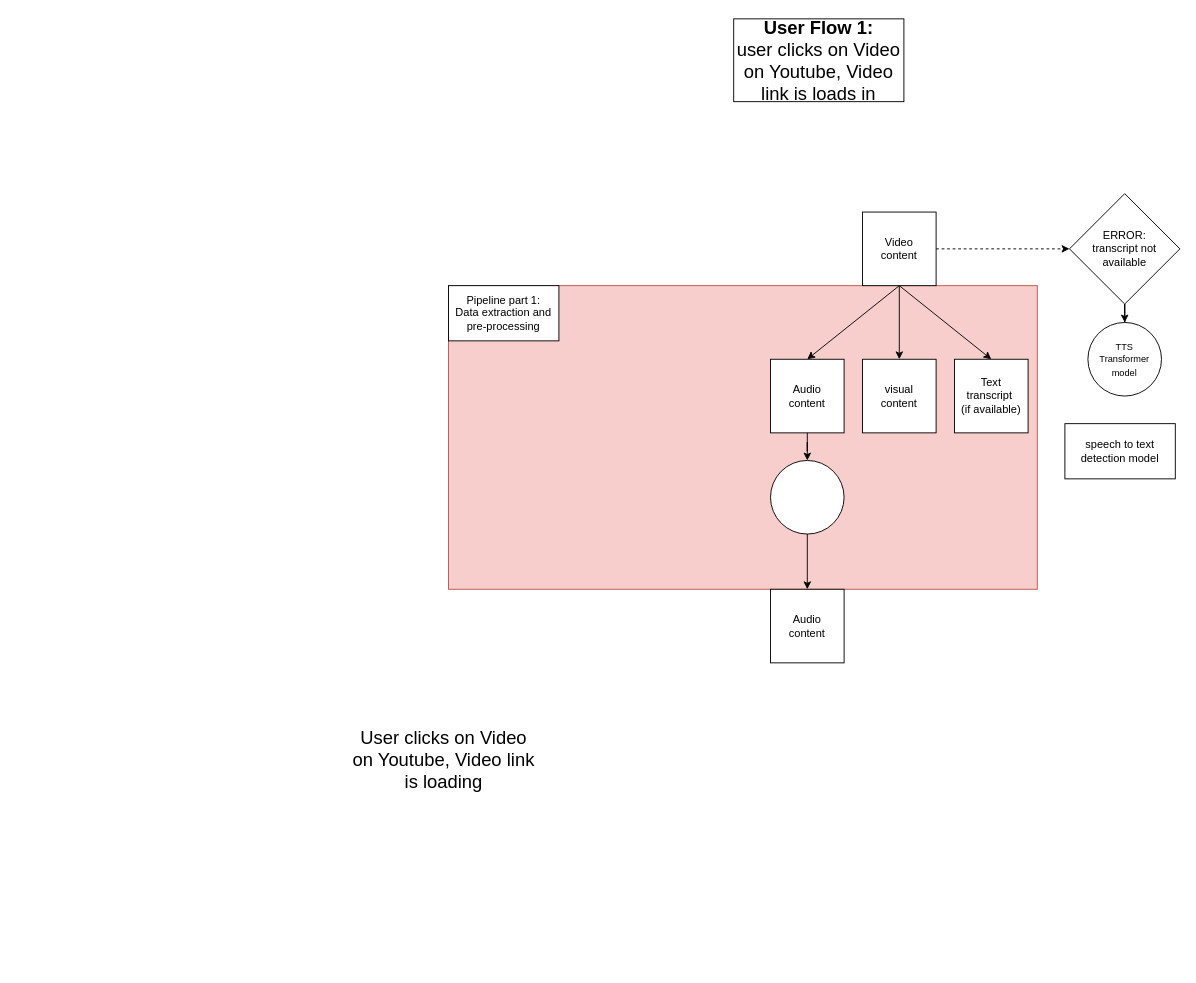
The draw.io diagram Untitled Diagram.drawio in dlweek-thing/Brainrot_Filter, before the edit. Source tidied: cells renumbered, new cells numbered last; positions are measured from the earlier drawing's top-left corner, leaving out a move shared by most shapes. Both pictures are drawn from the tidied source at 92%, with x=0, y=0 at pixel (347, 18).
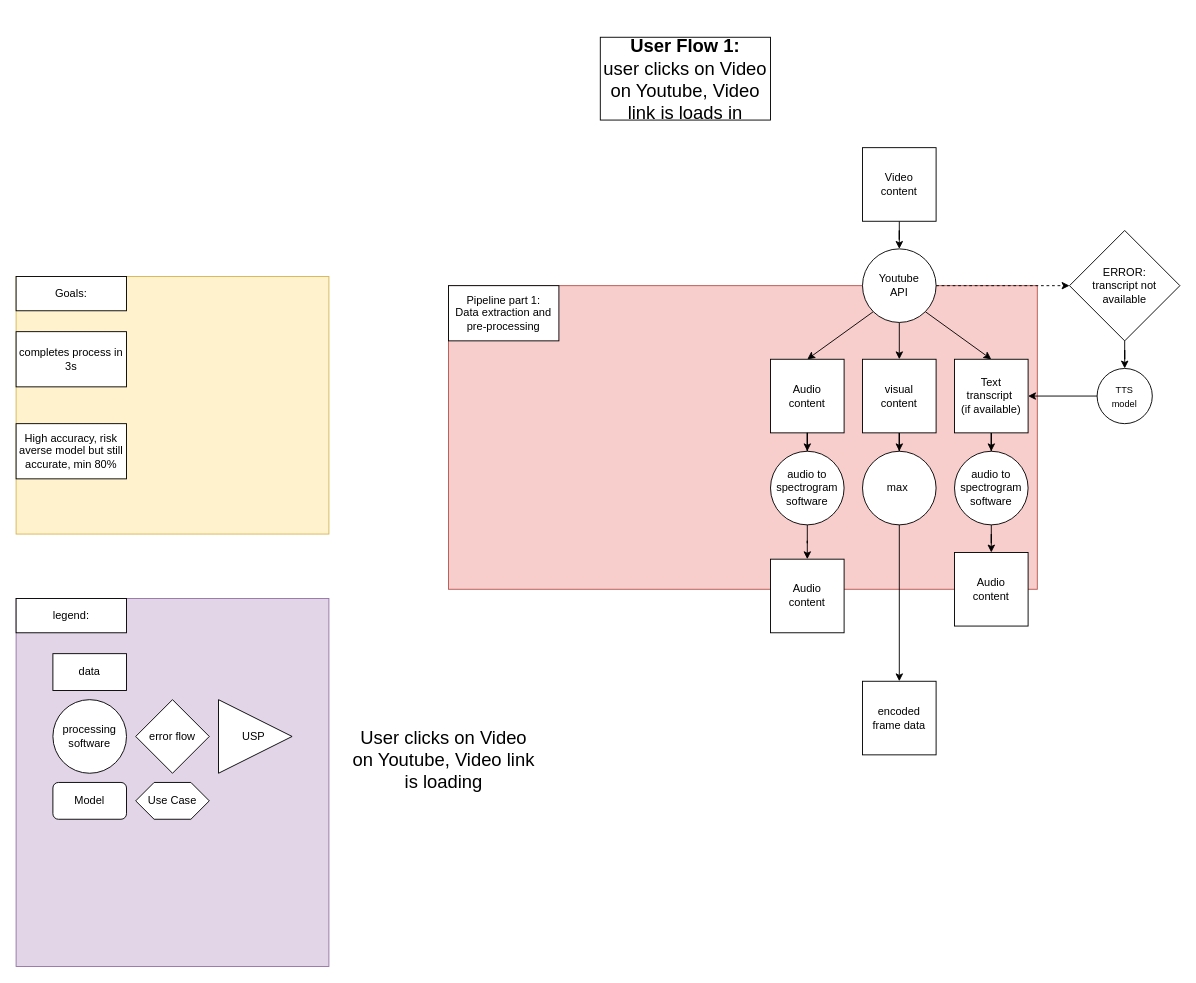
The same page after the edit.

The change refers to these unchanged cells:
```xml
<mxCell id="8" value="visual &lt;br&gt;content" style="whiteSpace=wrap;html=1;" parent="1" vertex="1">
  <mxGeometry x="560" y="370" width="80" height="80" as="geometry" />
</mxCell>
<mxCell id="9" value="Text transcript&amp;nbsp;&lt;br&gt;(if available)" style="whiteSpace=wrap;html=1;" parent="1" vertex="1">
  <mxGeometry x="660" y="370" width="80" height="80" as="geometry" />
</mxCell>
<mxCell id="14" value="Audio&lt;br&gt;content" style="whiteSpace=wrap;html=1;" parent="1" vertex="1">
  <mxGeometry x="460" y="370" width="80" height="80" as="geometry" />
</mxCell>
```

What changed in the source:
```diff
@@
+    <mxCell id="22" style="rounded=0;whiteSpace=wrap;html=1;fillColor=#e1d5e7;strokeColor=#9673a6;" parent="1" vertex="1">
+      <mxGeometry x="-360" y="630" width="340" height="400" as="geometry" />
+    </mxCell>
+    <mxCell id="23" value="legend:" style="rounded=0;whiteSpace=wrap;html=1;" parent="1" vertex="1">
+      <mxGeometry x="-360" y="630" width="120" height="37.3" as="geometry" />
+    </mxCell>
@@
-    <mxCell id="3" style="edgeStyle=orthogonalEdgeStyle;rounded=0;jettySize=auto;html=1;" parent="1" edge="1" source="7" target="8">
+    <mxCell id="3" style="edgeStyle=orthogonalEdgeStyle;rounded=0;jettySize=auto;html=1;exitX=0.5;exitY=1;exitDx=0;exitDy=0;" parent="1" edge="1" source="44" target="8">
       <mxGeometry relative="1" as="geometry" />
     </mxCell>
-    <mxCell id="4" style="rounded=0;jettySize=auto;html=1;exitX=0.5;exitY=1;exitDx=0;exitDy=0;entryX=0.5;entryY=0;entryDx=0;entryDy=0;" parent="1" edge="1" source="7" target="9">
+    <mxCell id="4" style="rounded=0;jettySize=auto;html=1;entryX=0.5;entryY=0;entryDx=0;entryDy=0;exitX=1;exitY=1;exitDx=0;exitDy=0;" parent="1" edge="1" source="44" target="9">
       <mxGeometry relative="1" as="geometry" />
     </mxCell>
-    <mxCell id="5" style="rounded=0;jettySize=auto;html=1;exitX=0.5;exitY=1;exitDx=0;exitDy=0;entryX=0.5;entryY=0;entryDx=0;entryDy=0;" parent="1" edge="1" source="7" target="14">
+    <mxCell id="5" style="rounded=0;jettySize=auto;html=1;entryX=0.5;entryY=0;entryDx=0;entryDy=0;exitX=0;exitY=1;exitDx=0;exitDy=0;" parent="1" edge="1" source="44" target="14">
       <mxGeometry relative="1" as="geometry" />
     </mxCell>
-    <mxCell id="6" style="rounded=0;jettySize=auto;html=1;dashed=1;" parent="1" edge="1" source="7" target="16">
+    <mxCell id="6" style="rounded=0;jettySize=auto;html=1;dashed=1;exitX=1;exitY=0.5;exitDx=0;exitDy=0;entryX=0;entryY=0.5;entryDx=0;entryDy=0;" parent="1" edge="1" source="44" target="16">
       <mxGeometry relative="1" as="geometry" />
     </mxCell>
+    <mxCell id="24" style="edgeStyle=orthogonalEdgeStyle;rounded=0;jettySize=auto;html=1;" parent="1" edge="1" source="7" target="44">
+      <mxGeometry relative="1" as="geometry" />
+    </mxCell>
     <mxCell id="7" value="Video &lt;br&gt;content" style="whiteSpace=wrap;html=1;" parent="1" vertex="1">
-      <mxGeometry x="560" y="210" width="80" height="80" as="geometry" />
+      <mxGeometry x="560" y="140" width="80" height="80" as="geometry" />
     </mxCell>
+    <mxCell id="25" style="edgeStyle=orthogonalEdgeStyle;rounded=0;jettySize=auto;html=1;" parent="1" edge="1" source="8" target="30">
+      <mxGeometry relative="1" as="geometry" />
+    </mxCell>
@@
+    <mxCell id="26" style="edgeStyle=orthogonalEdgeStyle;rounded=0;jettySize=auto;html=1;" parent="1" edge="1" source="9" target="33">
+      <mxGeometry relative="1" as="geometry" />
+    </mxCell>
@@
     <mxCell id="10" value="&lt;font style=&quot;font-size: 20px;&quot;&gt;&lt;b&gt;User Flow 1: &lt;/b&gt;&lt;br&gt;user clicks on Video on Youtube, Video link is loads in&lt;/font&gt;" style="text;html=1;align=center;verticalAlign=middle;whiteSpace=wrap;rounded=0;strokeColor=default;spacingTop=10;spacingBottom=10;" parent="1" vertex="1">
-      <mxGeometry x="420" width="185" height="90" as="geometry" />
+      <mxGeometry x="275" y="20" width="185" height="90" as="geometry" />
     </mxCell>
@@
     <mxCell id="16" value="ERROR: &lt;br&gt;transcript not available" style="rhombus;whiteSpace=wrap;html=1;" parent="1" vertex="1">
-      <mxGeometry x="785" y="190" width="120" height="120" as="geometry" />
+      <mxGeometry x="785" y="230" width="120" height="120" as="geometry" />
     </mxCell>
-    <mxCell id="17" value="speech to text detection model" style="whiteSpace=wrap;html=1;" parent="1" vertex="1">
-      <mxGeometry x="780" y="440" width="120" height="60" as="geometry" />
-    </mxCell>
+    <mxCell id="27" style="edgeStyle=orthogonalEdgeStyle;rounded=0;jettySize=auto;html=1;" parent="1" edge="1" source="18" target="9">
+      <mxGeometry relative="1" as="geometry" />
+    </mxCell>
-    <mxCell id="18" value="&lt;font style=&quot;font-size: 10px;&quot;&gt;TTS &lt;br&gt;Transformer model&lt;/font&gt;" style="ellipse;whiteSpace=wrap;html=1;" parent="1" vertex="1">
-      <mxGeometry x="805" y="330" width="80" height="80" as="geometry" />
+    <mxCell id="18" value="&lt;font style=&quot;font-size: 10px;&quot;&gt;TTS &lt;br&gt;model&lt;/font&gt;" style="ellipse;whiteSpace=wrap;html=1;" parent="1" vertex="1">
+      <mxGeometry x="815" y="380" width="60" height="60" as="geometry" />
     </mxCell>
     <mxCell id="19" value="Audio&lt;br&gt;content" style="whiteSpace=wrap;html=1;" parent="1" vertex="1">
-      <mxGeometry x="460" y="620" width="80" height="80" as="geometry" />
+      <mxGeometry x="460" y="587.3" width="80" height="80" as="geometry" />
     </mxCell>
@@
-    <mxCell id="21" style="ellipse;whiteSpace=wrap;html=1;" parent="1" vertex="1">
-      <mxGeometry x="460" y="480" width="80" height="80" as="geometry" />
+    <mxCell id="21" value="audio to spectrogram software" style="ellipse;whiteSpace=wrap;html=1;" parent="1" vertex="1">
+      <mxGeometry x="460" y="470" width="80" height="80" as="geometry" />
     </mxCell>
+    <mxCell id="28" style="edgeStyle=orthogonalEdgeStyle;rounded=0;jettySize=auto;html=1;" parent="1" edge="1" source="30" target="29">
+      <mxGeometry relative="1" as="geometry" />
+    </mxCell>
+    <mxCell id="29" value="encoded frame data" style="whiteSpace=wrap;html=1;" parent="1" vertex="1">
+      <mxGeometry x="560" y="720" width="80" height="80" as="geometry" />
+    </mxCell>
+    <mxCell id="30" value="max&amp;nbsp;" style="ellipse;whiteSpace=wrap;html=1;" parent="1" vertex="1">
+      <mxGeometry x="560" y="470" width="80" height="80" as="geometry" />
+    </mxCell>
+    <mxCell id="31" style="edgeStyle=orthogonalEdgeStyle;rounded=0;jettySize=auto;html=1;" parent="1" edge="1" source="33" target="32">
+      <mxGeometry relative="1" as="geometry" />
+    </mxCell>
+    <mxCell id="32" value="Audio&lt;br&gt;content" style="whiteSpace=wrap;html=1;" parent="1" vertex="1">
+      <mxGeometry x="660" y="580" width="80" height="80" as="geometry" />
+    </mxCell>
+    <mxCell id="33" value="audio to spectrogram software" style="ellipse;whiteSpace=wrap;html=1;" parent="1" vertex="1">
+      <mxGeometry x="660" y="470" width="80" height="80" as="geometry" />
+    </mxCell>
+    <mxCell id="34" value="data" style="rounded=0;whiteSpace=wrap;html=1;" parent="1" vertex="1">
+      <mxGeometry x="-320" y="690" width="80" height="40" as="geometry" />
+    </mxCell>
+    <mxCell id="35" value="processing software" style="ellipse;whiteSpace=wrap;html=1;" parent="1" vertex="1">
+      <mxGeometry x="-320" y="740" width="80" height="80" as="geometry" />
+    </mxCell>
+    <mxCell id="36" value="Model" style="rounded=1;whiteSpace=wrap;html=1;" parent="1" vertex="1">
+      <mxGeometry x="-320" y="830" width="80" height="40" as="geometry" />
+    </mxCell>
+    <mxCell id="37" value="error flow" style="rhombus;whiteSpace=wrap;html=1;" parent="1" vertex="1">
+      <mxGeometry x="-230" y="740" width="80" height="80" as="geometry" />
+    </mxCell>
+    <mxCell id="38" style="rounded=0;whiteSpace=wrap;html=1;fillColor=#fff2cc;strokeColor=#d6b656;" parent="1" vertex="1">
+      <mxGeometry x="-360" y="280" width="340" height="280" as="geometry" />
+    </mxCell>
+    <mxCell id="39" value="Goals:" style="rounded=0;whiteSpace=wrap;html=1;" parent="1" vertex="1">
+      <mxGeometry x="-360" y="280" width="120" height="37.3" as="geometry" />
+    </mxCell>
+    <mxCell id="40" value="completes process in 3s" style="rounded=0;whiteSpace=wrap;html=1;" parent="1" vertex="1">
+      <mxGeometry x="-360" y="340" width="120" height="60" as="geometry" />
+    </mxCell>
+    <mxCell id="41" value="High accuracy, risk averse model but still accurate, min 80%" style="rounded=0;whiteSpace=wrap;html=1;" parent="1" vertex="1">
+      <mxGeometry x="-360" y="440" width="120" height="60" as="geometry" />
+    </mxCell>
+    <mxCell id="42" value="Use Case" style="shape=hexagon;perimeter=hexagonPerimeter2;whiteSpace=wrap;html=1;fixedSize=1;" parent="1" vertex="1">
+      <mxGeometry x="-230" y="830" width="80" height="40" as="geometry" />
+    </mxCell>
+    <mxCell id="43" value="USP&amp;nbsp;" style="triangle;whiteSpace=wrap;html=1;" parent="1" vertex="1">
+      <mxGeometry x="-140" y="740" width="80" height="80" as="geometry" />
+    </mxCell>
+    <mxCell id="44" value="Youtube &lt;br&gt;API" style="ellipse;whiteSpace=wrap;html=1;" parent="1" vertex="1">
+      <mxGeometry x="560" y="250" width="80" height="80" as="geometry" />
+    </mxCell>
```
